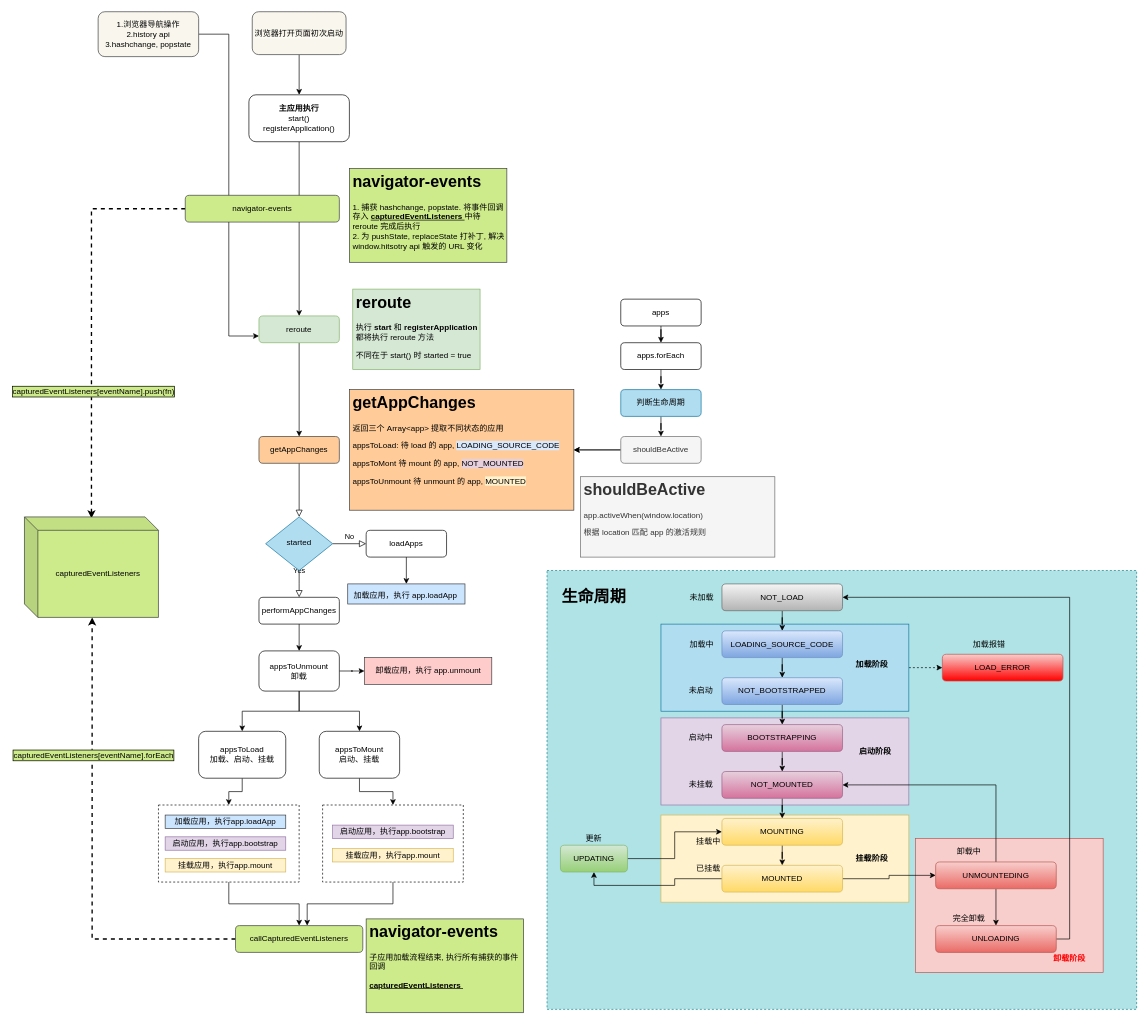
Above: rerouter.drawio in sfyr111/draw (draw.io), before the change. Source tidied: cells renumbered, new cells numbered last; positions are measured from the earlier drawing's top-left corner, leaving out a move shared by most shapes. Both pictures are drawn from the tidied source at 67%, with x=0, y=0 at pixel (24, 11).
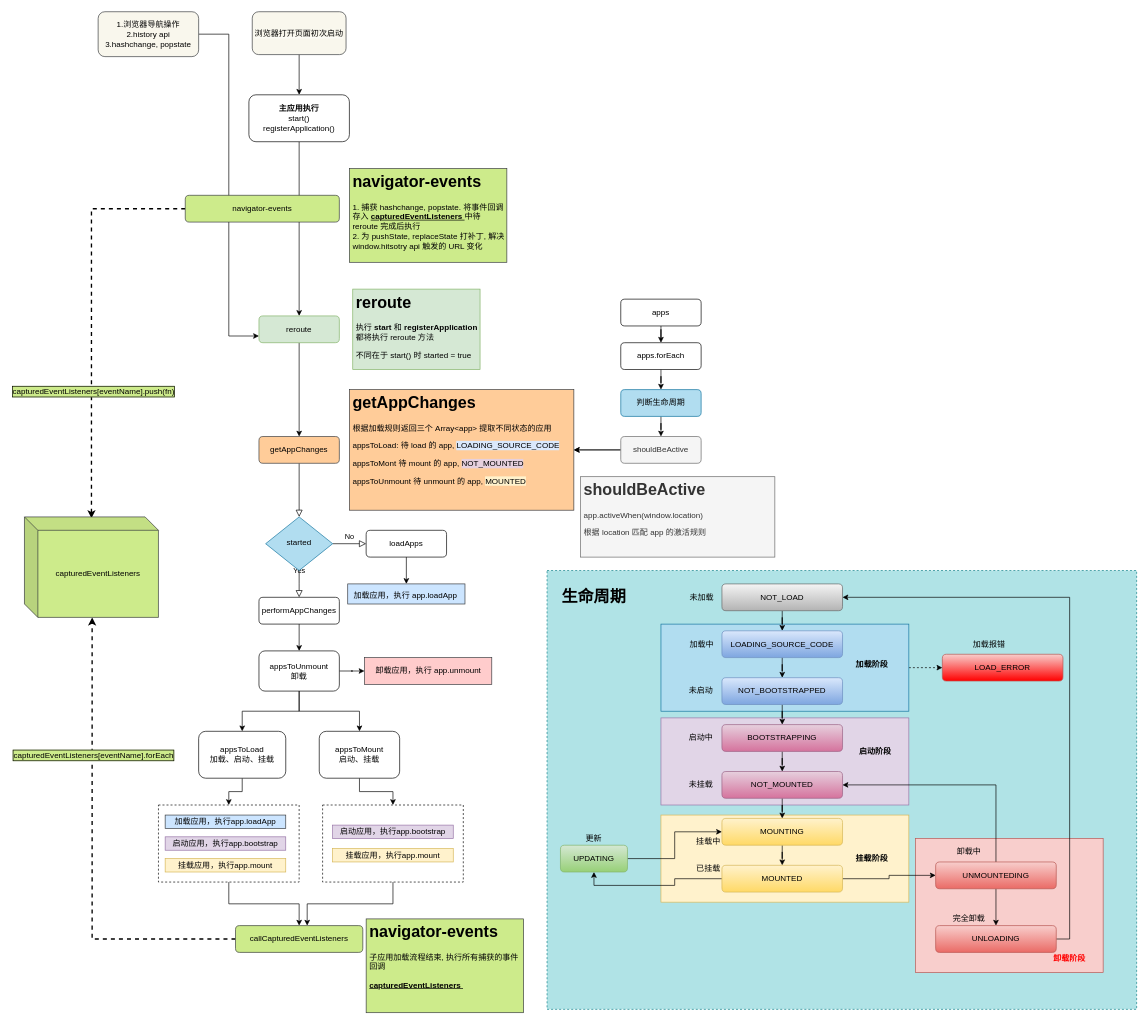
The same diagram, later.

Change to the diagram source:
```diff
@@
-    <mxCell id="17" value="&lt;h1&gt;getAppChanges&lt;/h1&gt;&lt;p&gt;返回三个 Array&amp;lt;app&amp;gt; 提取不同状态的应用&lt;/p&gt;&lt;p&gt;appsToLoad: 待 load 的 app, &lt;span style=&quot;background-color: rgb(218 , 232 , 252)&quot;&gt;LOADING_SOURCE_CODE&lt;/span&gt;&lt;/p&gt;&lt;p&gt;appsToMont 待 mount 的 app, &lt;span style=&quot;background-color: rgb(230 , 208 , 222)&quot;&gt;NOT_MOUNTED&lt;/span&gt;&lt;/p&gt;&lt;p&gt;appsToUnmount 待 unmount 的 app, &lt;span style=&quot;background-color: rgb(255 , 242 , 204)&quot;&gt;MOUNTED&lt;/span&gt;&lt;/p&gt;&lt;p&gt;&lt;br&gt;&lt;/p&gt;" style="text;html=1;strokeColor=#36393d;fillColor=#ffcc99;spacing=5;spacingTop=-20;whiteSpace=wrap;overflow=hidden;rounded=0;" parent="1" vertex="1">
+    <mxCell id="17" value="&lt;h1&gt;getAppChanges&lt;/h1&gt;&lt;p&gt;根据加载规则返回三个 Array&amp;lt;app&amp;gt; 提取不同状态的应用&lt;/p&gt;&lt;p&gt;appsToLoad: 待 load 的 app, &lt;span style=&quot;background-color: rgb(218 , 232 , 252)&quot;&gt;LOADING_SOURCE_CODE&lt;/span&gt;&lt;/p&gt;&lt;p&gt;appsToMont 待 mount 的 app, &lt;span style=&quot;background-color: rgb(230 , 208 , 222)&quot;&gt;NOT_MOUNTED&lt;/span&gt;&lt;/p&gt;&lt;p&gt;appsToUnmount 待 unmount 的 app, &lt;span style=&quot;background-color: rgb(255 , 242 , 204)&quot;&gt;MOUNTED&lt;/span&gt;&lt;/p&gt;&lt;p&gt;&lt;br&gt;&lt;/p&gt;" style="text;html=1;strokeColor=#36393d;fillColor=#ffcc99;spacing=5;spacingTop=-20;whiteSpace=wrap;overflow=hidden;rounded=0;" parent="1" vertex="1">
       <mxGeometry x="485" y="564" width="335" height="180" as="geometry" />
     </mxCell>
```
